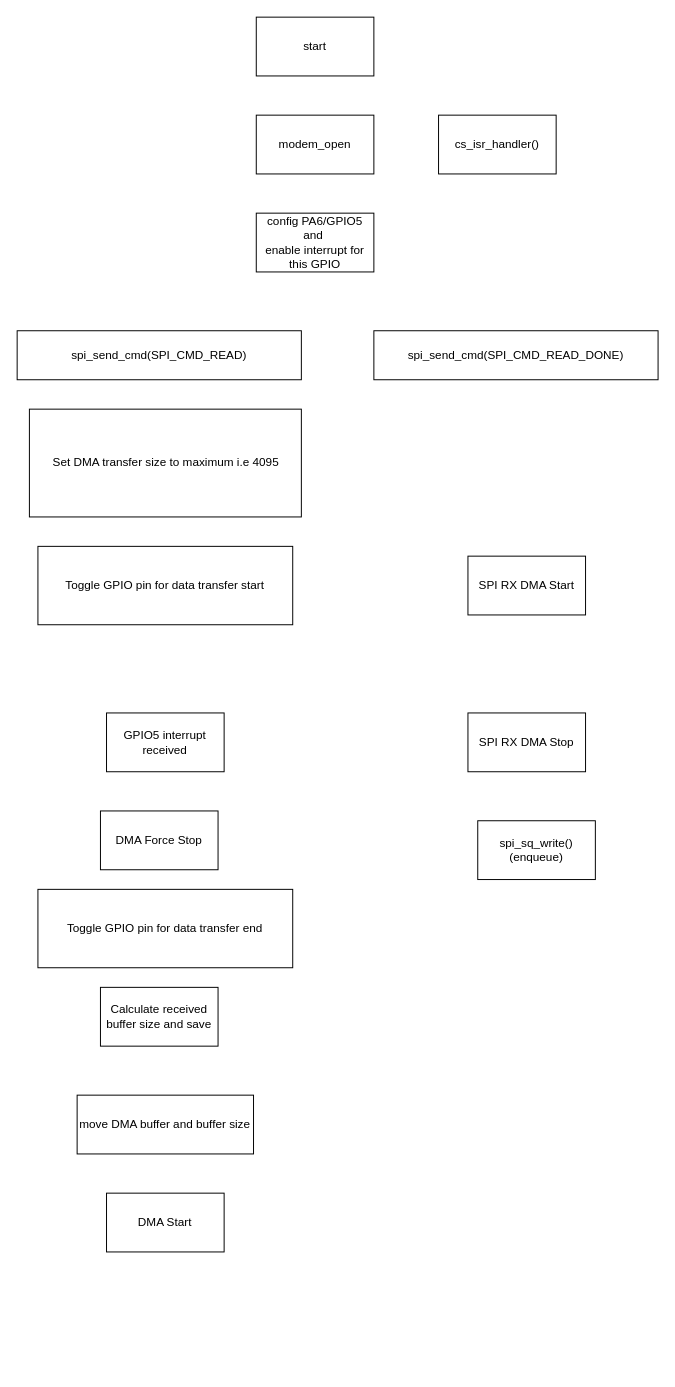
The draw.io diagram dma_spi_modem.drawio in nishitp007/temp, before the edit. Source tidied: cells renumbered, new cells numbered last; positions are measured from the earlier drawing's top-left corner, leaving out a move shared by most shapes. Both pictures are drawn from the tidied source at 98%, with x=0, y=0 at pixel (17, 17).
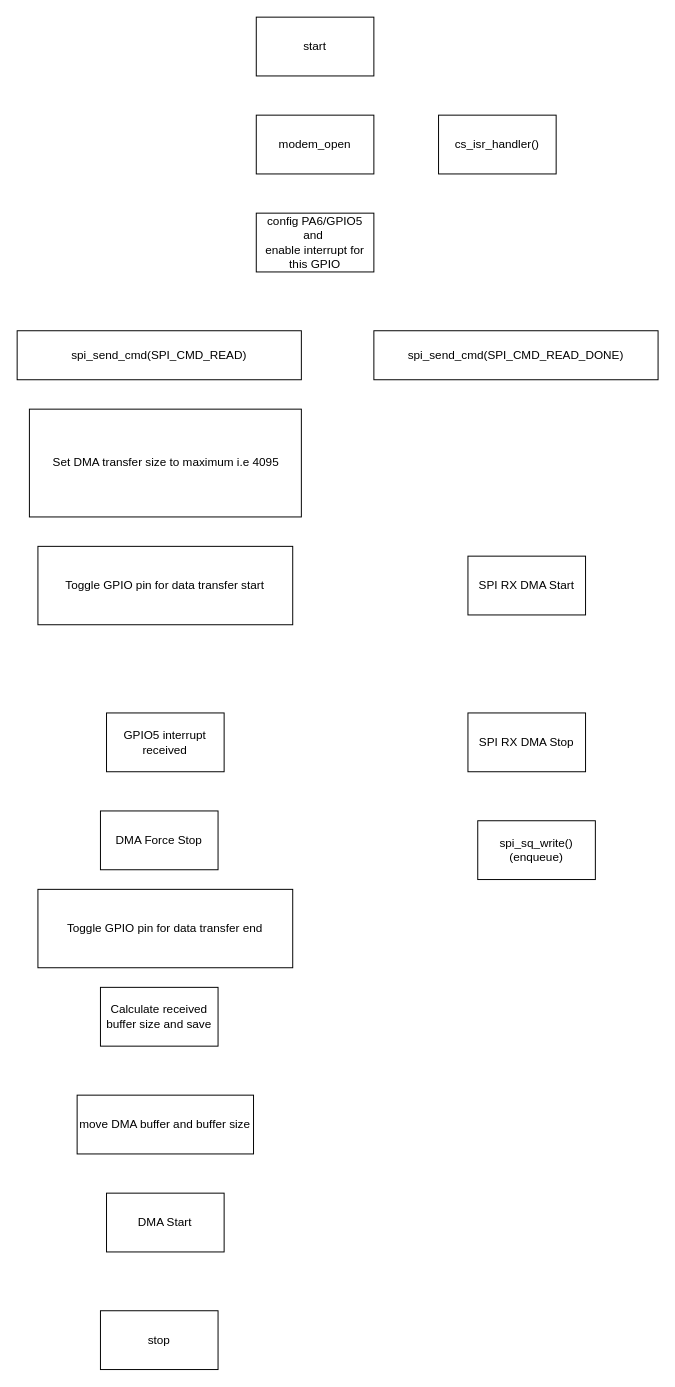
The same diagram, later.

What changed in the source:
```diff
@@
 <mxGraphModel>
   <root>
     <mxCell id="0" />
     <mxCell id="1" parent="0" />
     <mxCell id="2" value="start" style="rounded=0;whiteSpace=wrap;html=1;" parent="1" vertex="1">
       <mxGeometry x="244" width="120" height="60" as="geometry" />
     </mxCell>
     <mxCell id="3" value="modem_open" style="rounded=0;whiteSpace=wrap;html=1;" parent="1" vertex="1">
       <mxGeometry x="244" y="100" width="120" height="60" as="geometry" />
     </mxCell>
     <mxCell id="4" value="config PA6/GPIO5&lt;br&gt;and&amp;nbsp;&lt;br&gt;enable interrupt for this GPIO" style="rounded=0;whiteSpace=wrap;html=1;" parent="1" vertex="1">
       <mxGeometry x="244" y="200" width="120" height="60" as="geometry" />
     </mxCell>
     <mxCell id="5" value="spi_send_cmd(SPI_CMD_READ)" style="rounded=0;whiteSpace=wrap;html=1;" parent="1" vertex="1">
       <mxGeometry y="320" width="290" height="50" as="geometry" />
     </mxCell>
     <mxCell id="6" value="spi_send_cmd(SPI_CMD_READ_DONE)" style="rounded=0;whiteSpace=wrap;html=1;" parent="1" vertex="1">
       <mxGeometry x="364" y="320" width="290" height="50" as="geometry" />
     </mxCell>
     <mxCell id="7" value="cs_isr_handler()" style="rounded=0;whiteSpace=wrap;html=1;" parent="1" vertex="1">
       <mxGeometry x="430" y="100" width="120" height="60" as="geometry" />
     </mxCell>
     <mxCell id="8" value="Toggle GPIO pin for data transfer start" style="rounded=0;whiteSpace=wrap;html=1;" parent="1" vertex="1">
       <mxGeometry x="21.2" y="540" width="260" height="80" as="geometry" />
     </mxCell>
     <mxCell id="9" value="Set DMA transfer size to maximum i.e 4095" style="rounded=0;whiteSpace=wrap;html=1;" parent="1" vertex="1">
       <mxGeometry x="12.5" y="400" width="277.5" height="110" as="geometry" />
     </mxCell>
     <mxCell id="10" value="SPI RX DMA Start" style="rounded=0;whiteSpace=wrap;html=1;" parent="1" vertex="1">
       <mxGeometry x="460" y="550" width="120" height="60" as="geometry" />
     </mxCell>
     <mxCell id="11" value="SPI RX DMA Stop" style="rounded=0;whiteSpace=wrap;html=1;" parent="1" vertex="1">
       <mxGeometry x="460" y="710" width="120" height="60" as="geometry" />
     </mxCell>
     <mxCell id="12" value="GPIO5 interrupt received" style="rounded=0;whiteSpace=wrap;html=1;" parent="1" vertex="1">
       <mxGeometry x="91.2" y="710" width="120" height="60" as="geometry" />
     </mxCell>
     <mxCell id="13" value="DMA Force Stop" style="rounded=0;whiteSpace=wrap;html=1;" parent="1" vertex="1">
       <mxGeometry x="85" y="810" width="120" height="60" as="geometry" />
     </mxCell>
     <mxCell id="14" value="Toggle GPIO pin for data transfer end" style="rounded=0;whiteSpace=wrap;html=1;" parent="1" vertex="1">
       <mxGeometry x="21.2" y="890" width="260" height="80" as="geometry" />
     </mxCell>
     <mxCell id="15" value="spi_sq_write()&lt;br&gt;(enqueue)" style="rounded=0;whiteSpace=wrap;html=1;" parent="1" vertex="1">
       <mxGeometry x="470" y="820" width="120" height="60" as="geometry" />
     </mxCell>
     <mxCell id="16" value="Calculate received buffer size and save" style="rounded=0;whiteSpace=wrap;html=1;" parent="1" vertex="1">
       <mxGeometry x="85" y="990" width="120" height="60" as="geometry" />
     </mxCell>
     <mxCell id="17" value="move DMA buffer and buffer size" style="rounded=0;whiteSpace=wrap;html=1;" parent="1" vertex="1">
       <mxGeometry x="61.2" y="1100" width="180" height="60" as="geometry" />
     </mxCell>
     <mxCell id="18" value="DMA Start" style="rounded=0;whiteSpace=wrap;html=1;" parent="1" vertex="1">
       <mxGeometry x="91.2" y="1200" width="120" height="60" as="geometry" />
     </mxCell>
+    <mxCell id="19" value="stop" style="rounded=0;whiteSpace=wrap;html=1;" parent="1" vertex="1">
+      <mxGeometry x="85" y="1320" width="120" height="60" as="geometry" />
+    </mxCell>
   </root>
 </mxGraphModel>
```
